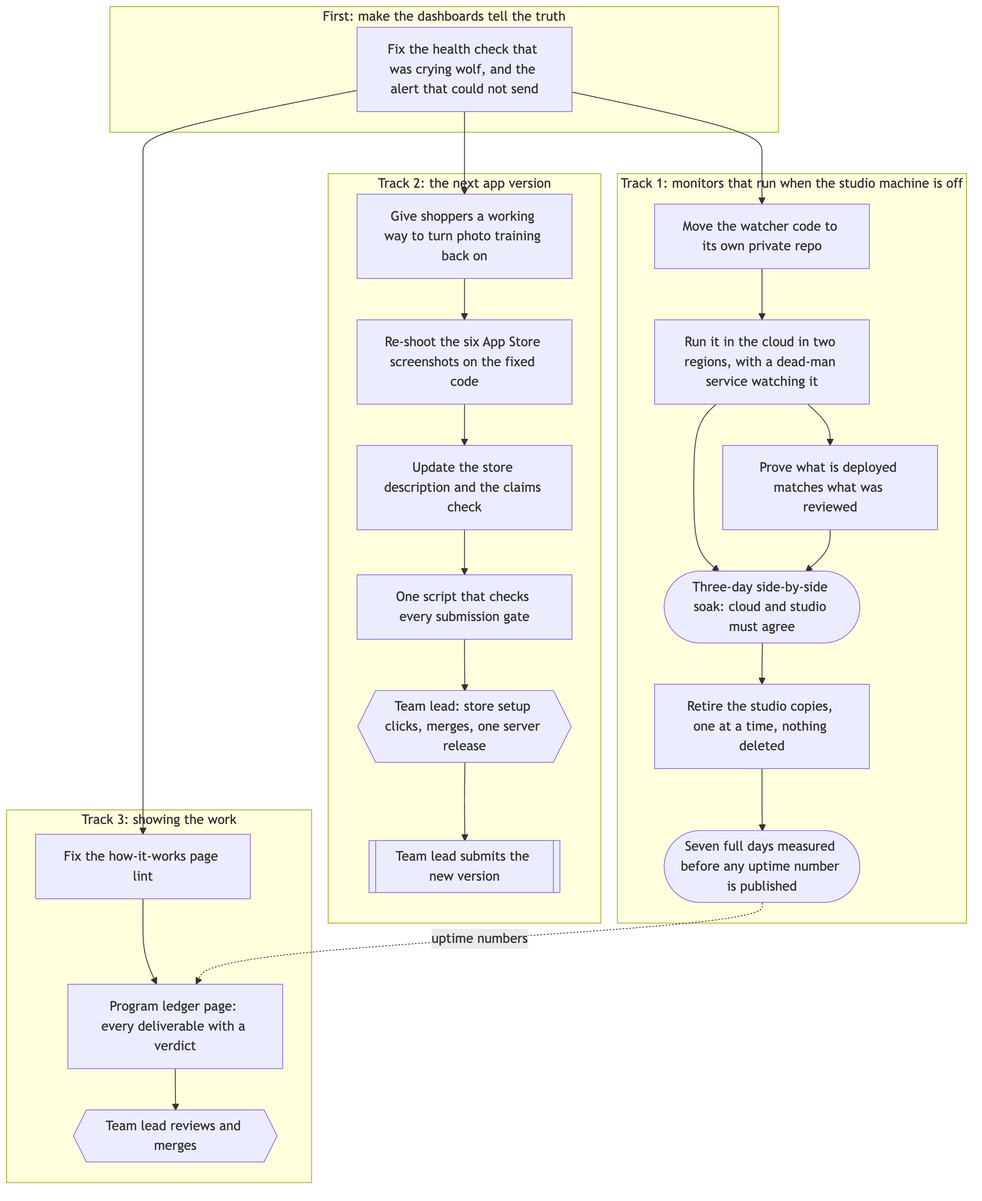
Before: assets/diagrams/plan-order.png, a diagram exported from Mermaid (LawrenceHua/es-internship-hub). Its source is kept beside it as assets/diagrams/plan-order.mmd.
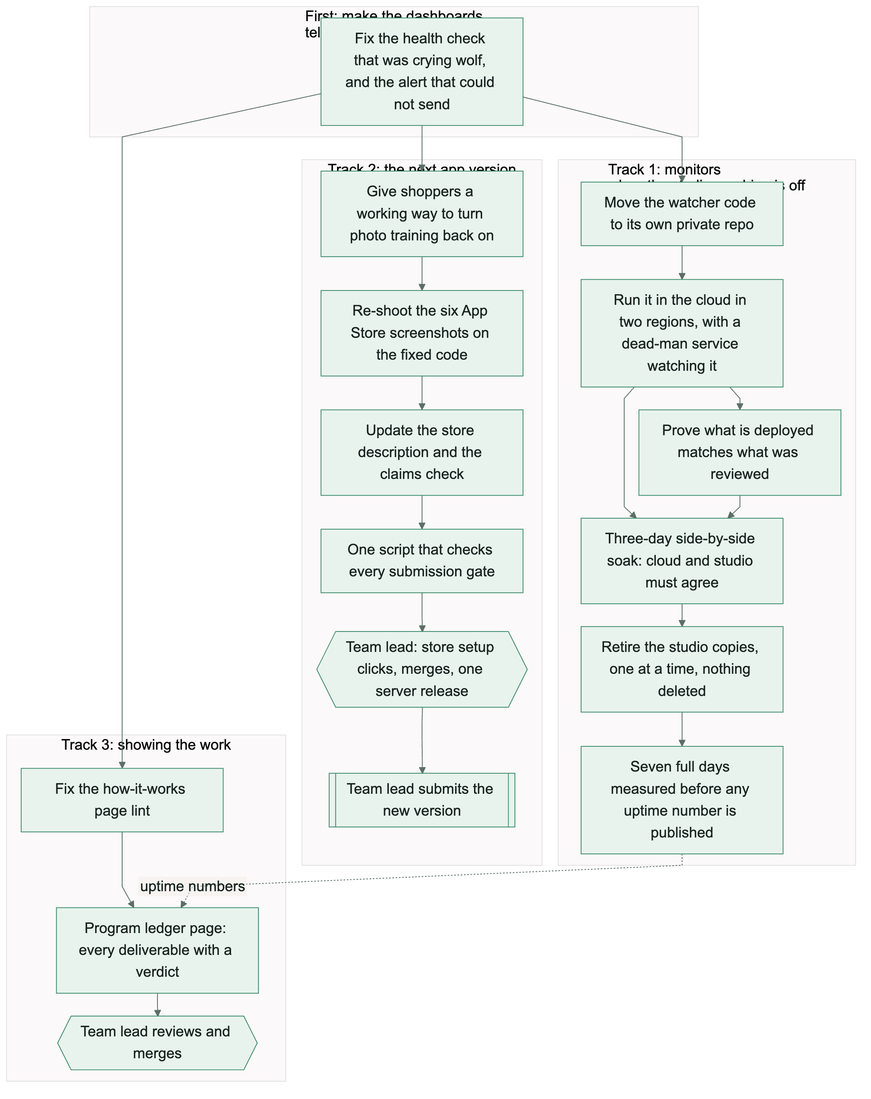
After the change.

Change to the diagram source:
```diff
@@ -1,14 +1,15 @@
-flowchart LR
-  subgraph T0[First: make the dashboards tell the truth]
+flowchart TB
+%%{init: {"deterministicIds":true,"deterministicIDSeed":"plan-order-20260907","theme":"base","themeVariables":{"fontFamily":"Arial","fontSize":"18px","primaryColor":"#e8f3ee","primaryTextColor":"#17241f","primaryBorderColor":"#3d8b6a","lineColor":"#5c6f66"},"flowchart":{"htmlLabels":false,"curve":"linear","nodeSpacing":16,"rankSpacing":28,"padding":12}}}%%
+  subgraph T0["First: make the dashboards<br/>tell the truth"]
     H0[Fix the health check that was crying wolf, and the alert that could not send]
   end
-  subgraph T1[Track 1: monitors that run when the studio machine is off]
+  subgraph T1["Track 1: monitors<br/>when the studio machine is off"]
     O1[Move the watcher code to its own private repo] --> O2[Run it in the cloud in two regions, with a dead-man service watching it]
     O2 --> O3[Prove what is deployed matches what was reviewed]
-    O2 --> S1([Three-day side-by-side soak: cloud and studio must agree])
+    O2 --> S1["Three-day side-by-side soak: cloud and studio must agree"]
     O3 --> S1
     S1 --> C1[Retire the studio copies, one at a time, nothing deleted]
-    C1 --> W7([Seven full days measured before any uptime number is published])
+    C1 --> W7["Seven full days measured before any uptime number is published"]
   end
   subgraph T2[Track 2: the next app version]
     B1[Give shoppers a working way to turn photo training back on] --> P1[Re-shoot the six App Store screenshots on the fixed code]
```
